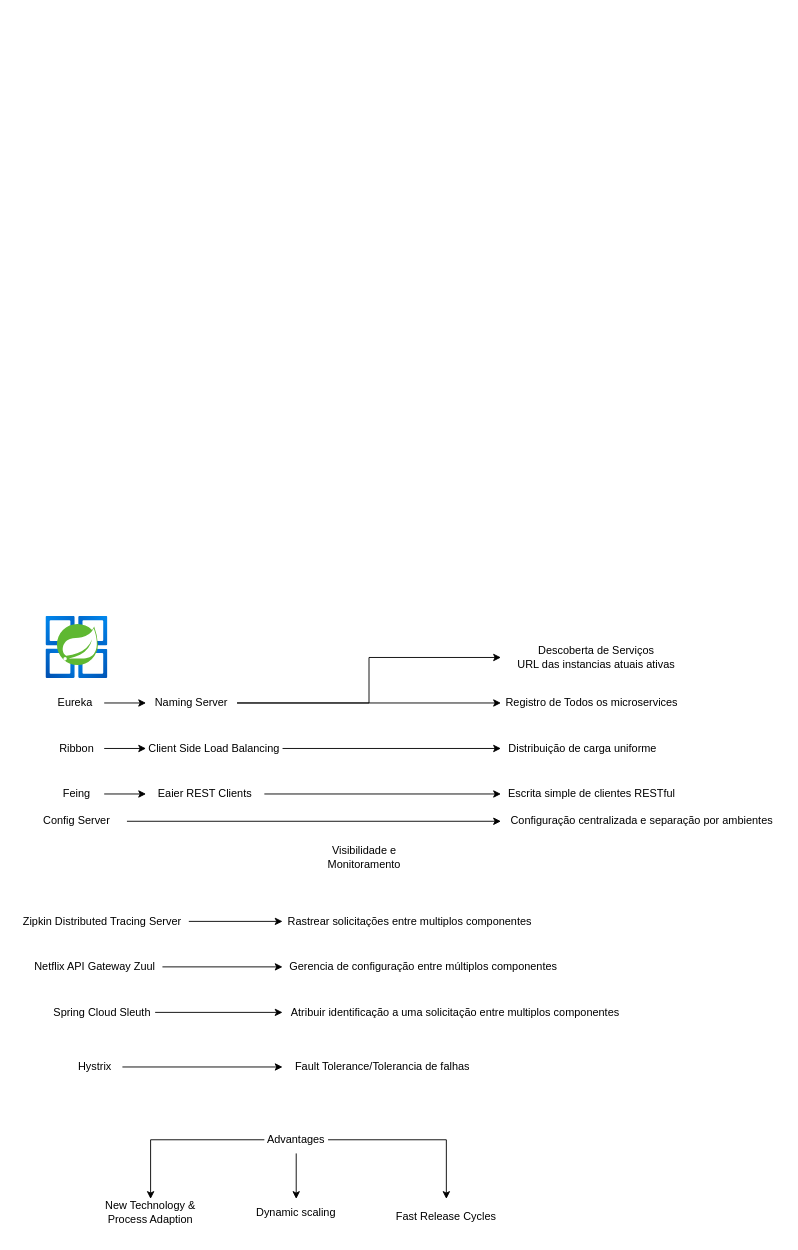
Earlier version of the draw.io diagram page "overview arquiteture" (1 of 6) of microservices.drawio (fidelisfelipe/microservices). Source tidied: cells renumbered, new cells numbered last; positions are measured from the earlier drawing's top-left corner, leaving out a move shared by most shapes. Both pictures are drawn from the tidied source at 91%, with x=0, y=0 at pixel (15, 616).
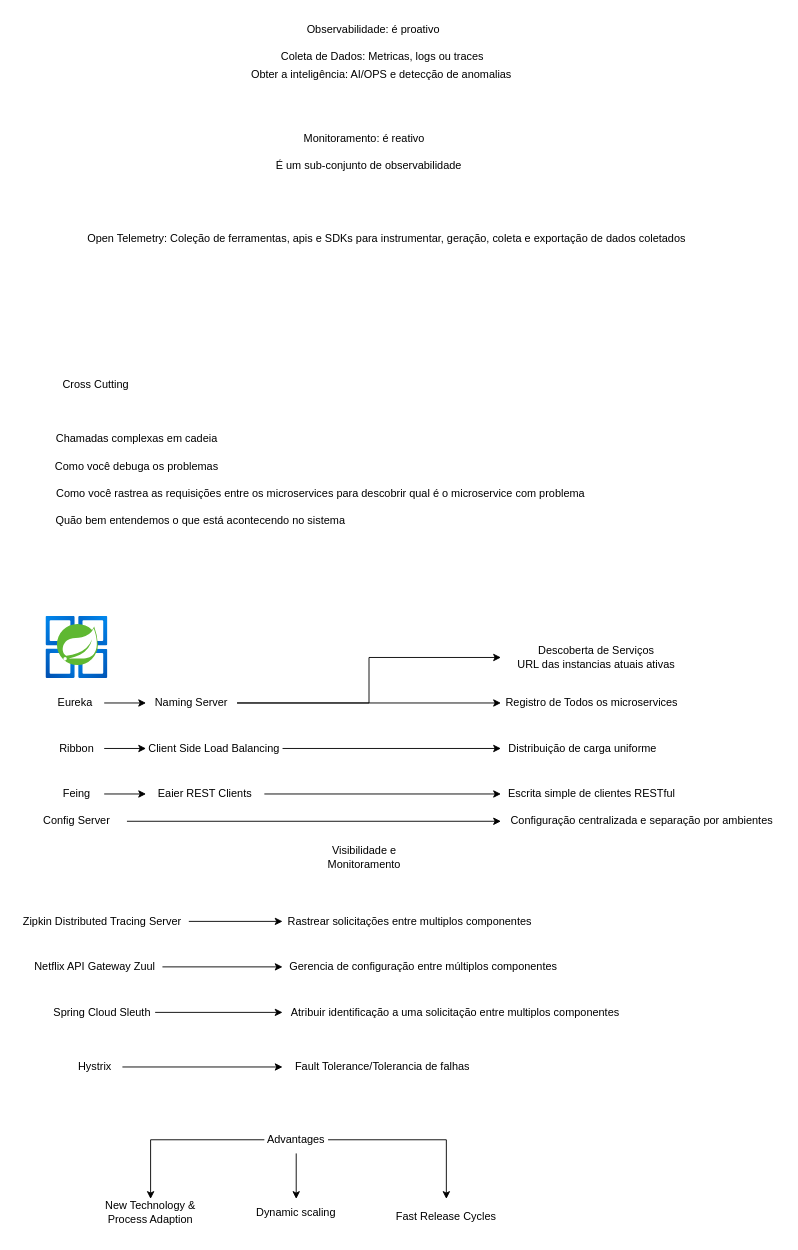
Above is the later version.

What changed in the source:
```diff
@@
+    <mxCell id="43" value="Chamadas complexas em cadeia" style="text;html=1;strokeColor=none;fillColor=none;align=center;verticalAlign=middle;whiteSpace=wrap;rounded=0;" parent="1" vertex="1">
+      <mxGeometry x="33" y="-210" width="200" height="30" as="geometry" />
+    </mxCell>
+    <mxCell id="44" value="Como você debuga os problemas" style="text;html=1;strokeColor=none;fillColor=none;align=center;verticalAlign=middle;whiteSpace=wrap;rounded=0;" parent="1" vertex="1">
+      <mxGeometry x="23" y="-180" width="220" height="30" as="geometry" />
+    </mxCell>
+    <mxCell id="45" value="Como você rastrea as requisições entre os microservices para descobrir qual é o microservice com problema" style="text;html=1;strokeColor=none;fillColor=none;align=center;verticalAlign=middle;whiteSpace=wrap;rounded=0;" parent="1" vertex="1">
+      <mxGeometry x="20" y="-150" width="630" height="30" as="geometry" />
+    </mxCell>
+    <mxCell id="46" value="Quão bem entendemos o que está acontecendo no sistema" style="text;html=1;strokeColor=none;fillColor=none;align=center;verticalAlign=middle;whiteSpace=wrap;rounded=0;" parent="1" vertex="1">
+      <mxGeometry x="23" y="-120" width="360" height="30" as="geometry" />
+    </mxCell>
+    <mxCell id="47" value="Observabilidade: é proativo" style="text;html=1;strokeColor=none;fillColor=none;align=center;verticalAlign=middle;whiteSpace=wrap;rounded=0;" parent="1" vertex="1">
+      <mxGeometry x="308" y="-660" width="170" height="30" as="geometry" />
+    </mxCell>
+    <mxCell id="48" value="Monitoramento: é reativo" style="text;html=1;strokeColor=none;fillColor=none;align=center;verticalAlign=middle;whiteSpace=wrap;rounded=0;" parent="1" vertex="1">
+      <mxGeometry x="288" y="-540" width="190" height="30" as="geometry" />
+    </mxCell>
+    <mxCell id="49" value="Coleta de Dados: Metricas, logs ou traces" style="text;html=1;strokeColor=none;fillColor=none;align=center;verticalAlign=middle;whiteSpace=wrap;rounded=0;" parent="1" vertex="1">
+      <mxGeometry x="258" y="-630" width="290" height="30" as="geometry" />
+    </mxCell>
+    <mxCell id="50" value="Obter a inteligência: AI/OPS e detecção de anomalias&amp;nbsp;" style="text;html=1;strokeColor=none;fillColor=none;align=center;verticalAlign=middle;whiteSpace=wrap;rounded=0;" parent="1" vertex="1">
+      <mxGeometry x="250.5" y="-610" width="305" height="30" as="geometry" />
+    </mxCell>
+    <mxCell id="51" value="É um sub-conjunto de observabilidade" style="text;html=1;strokeColor=none;fillColor=none;align=center;verticalAlign=middle;whiteSpace=wrap;rounded=0;" parent="1" vertex="1">
+      <mxGeometry x="278" y="-510" width="220" height="30" as="geometry" />
+    </mxCell>
+    <mxCell id="52" value="Cross Cutting" style="text;html=1;strokeColor=none;fillColor=none;align=center;verticalAlign=middle;whiteSpace=wrap;rounded=0;" parent="1" vertex="1">
+      <mxGeometry x="23" y="-270" width="130" height="30" as="geometry" />
+    </mxCell>
+    <mxCell id="53" value="Open Telemetry: Coleção de ferramentas, apis e SDKs para instrumentar, geração, coleta e exportação de dados coletados" style="text;html=1;strokeColor=none;fillColor=none;align=center;verticalAlign=middle;whiteSpace=wrap;rounded=0;" parent="1" vertex="1">
+      <mxGeometry x="65" y="-430" width="685" height="30" as="geometry" />
+    </mxCell>
```
